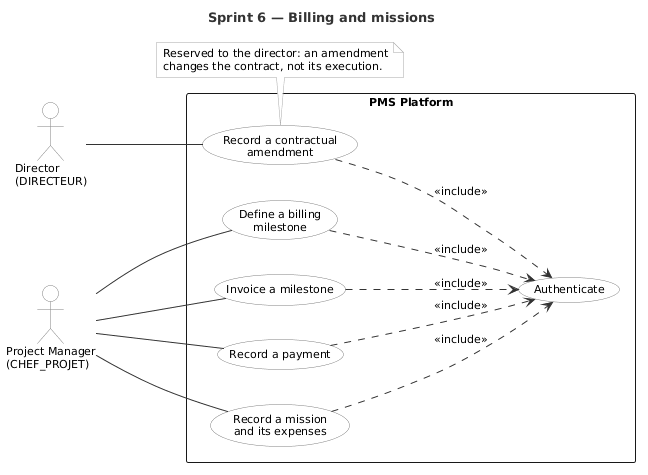
Above: docs/uml/sprint/uc_sprint6.png in mazenrakrouki/tekup-pms-platform (PlantUML), before the change.
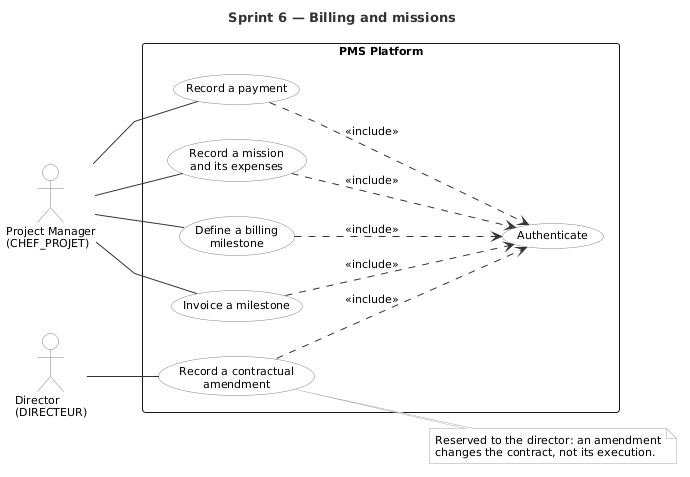
Later version of the same file.

What changed in the source:
```diff
@@ -2,6 +2,8 @@
 title Sprint 6 — Billing and missions
 
 left to right direction
+
+skinparam linetype polyline
 
 skinparam shadowing false
 skinparam packageStyle rectangle
@@ -40,7 +42,7 @@
 UC4 ..> UC0 : <<include>>
 UC5 ..> UC0 : <<include>>
 
-note bottom of UC4
+note right of UC4
   Reserved to the director: an amendment
   changes the contract, not its execution.
 end note
```
